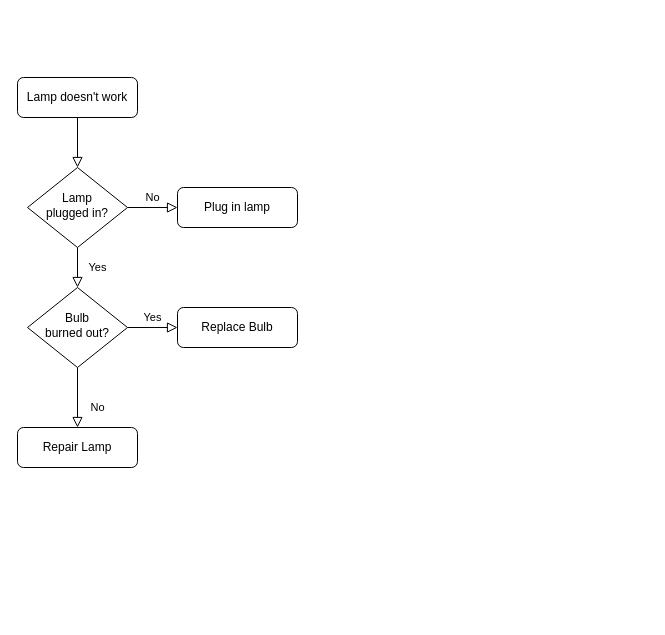
Before: Untitled Diagram.drawio in lauranavoni/all, a draw.io diagram. Source tidied: cells renumbered, new cells numbered last; positions are measured from the earlier drawing's top-left corner, leaving out a move shared by most shapes. Both pictures are drawn from the tidied source at 100%, with x=0, y=0 at pixel (17, 77).
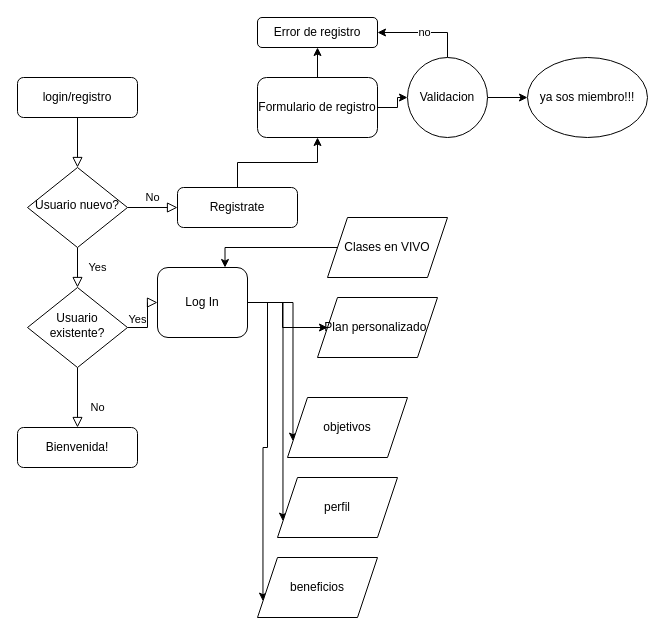
The same page after the edit.

What changed in the source:
```diff
@@
-    <mxCell id="3" value="Lamp doesn't work" style="rounded=1;whiteSpace=wrap;html=1;fontSize=12;glass=0;strokeWidth=1;shadow=0;" parent="1" vertex="1">
+    <mxCell id="3" value="login/registro" style="rounded=1;whiteSpace=wrap;html=1;fontSize=12;glass=0;strokeWidth=1;shadow=0;" parent="1" vertex="1">
       <mxGeometry width="120" height="40" as="geometry" />
     </mxCell>
@@
-    <mxCell id="6" value="Lamp&lt;br&gt;plugged in?" style="rhombus;whiteSpace=wrap;html=1;shadow=0;fontFamily=Helvetica;fontSize=12;align=center;strokeWidth=1;spacing=6;spacingTop=-4;" parent="1" vertex="1">
+    <mxCell id="6" value="Usuario nuevo?" style="rhombus;whiteSpace=wrap;html=1;shadow=0;fontFamily=Helvetica;fontSize=12;align=center;strokeWidth=1;spacing=6;spacingTop=-4;" parent="1" vertex="1">
       <mxGeometry x="10" y="90" width="100" height="80" as="geometry" />
     </mxCell>
+    <mxCell id="13" style="edgeStyle=orthogonalEdgeStyle;rounded=0;jettySize=auto;html=1;" parent="1" edge="1" source="7" target="20">
+      <mxGeometry relative="1" as="geometry" />
+    </mxCell>
-    <mxCell id="7" value="Plug in lamp" style="rounded=1;whiteSpace=wrap;html=1;fontSize=12;glass=0;strokeWidth=1;shadow=0;" parent="1" vertex="1">
+    <mxCell id="7" value="Registrate" style="rounded=1;whiteSpace=wrap;html=1;fontSize=12;glass=0;strokeWidth=1;shadow=0;" parent="1" vertex="1">
       <mxGeometry x="160" y="110" width="120" height="40" as="geometry" />
     </mxCell>
@@
-    <mxCell id="10" value="Bulb&lt;br&gt;burned out?" style="rhombus;whiteSpace=wrap;html=1;shadow=0;fontFamily=Helvetica;fontSize=12;align=center;strokeWidth=1;spacing=6;spacingTop=-4;" parent="1" vertex="1">
+    <mxCell id="10" value="Usuario existente?" style="rhombus;whiteSpace=wrap;html=1;shadow=0;fontFamily=Helvetica;fontSize=12;align=center;strokeWidth=1;spacing=6;spacingTop=-4;" parent="1" vertex="1">
       <mxGeometry x="10" y="210" width="100" height="80" as="geometry" />
     </mxCell>
-    <mxCell id="11" value="Repair Lamp" style="rounded=1;whiteSpace=wrap;html=1;fontSize=12;glass=0;strokeWidth=1;shadow=0;" parent="1" vertex="1">
+    <mxCell id="11" value="Bienvenida!" style="rounded=1;whiteSpace=wrap;html=1;fontSize=12;glass=0;strokeWidth=1;shadow=0;" parent="1" vertex="1">
       <mxGeometry y="350" width="120" height="40" as="geometry" />
     </mxCell>
+    <mxCell id="14" style="edgeStyle=orthogonalEdgeStyle;rounded=0;jettySize=auto;html=1;" parent="1" edge="1" source="12" target="26">
+      <mxGeometry relative="1" as="geometry" />
+    </mxCell>
+    <mxCell id="15" style="edgeStyle=orthogonalEdgeStyle;rounded=0;jettySize=auto;html=1;entryX=0;entryY=0.75;entryDx=0;entryDy=0;" parent="1" edge="1" source="12" target="27">
+      <mxGeometry relative="1" as="geometry" />
+    </mxCell>
+    <mxCell id="16" style="edgeStyle=orthogonalEdgeStyle;rounded=0;jettySize=auto;html=1;entryX=0;entryY=0.75;entryDx=0;entryDy=0;" parent="1" edge="1" source="12" target="28">
+      <mxGeometry relative="1" as="geometry" />
+    </mxCell>
+    <mxCell id="17" style="edgeStyle=orthogonalEdgeStyle;rounded=0;jettySize=auto;html=1;entryX=0;entryY=0.75;entryDx=0;entryDy=0;" parent="1" edge="1" source="12" target="29">
+      <mxGeometry relative="1" as="geometry" />
+    </mxCell>
-    <mxCell id="12" value="Replace Bulb" style="rounded=1;whiteSpace=wrap;html=1;fontSize=12;glass=0;strokeWidth=1;shadow=0;" parent="1" vertex="1">
-      <mxGeometry x="160" y="230" width="120" height="40" as="geometry" />
+    <mxCell id="12" value="Log In" style="rounded=1;whiteSpace=wrap;html=1;fontSize=12;glass=0;strokeWidth=1;shadow=0;" parent="1" vertex="1">
+      <mxGeometry x="140" y="190" width="90" height="70" as="geometry" />
     </mxCell>
+    <mxCell id="18" style="edgeStyle=orthogonalEdgeStyle;rounded=0;jettySize=auto;html=1;" parent="1" edge="1" source="20" target="23">
+      <mxGeometry relative="1" as="geometry" />
+    </mxCell>
+    <mxCell id="19" style="edgeStyle=orthogonalEdgeStyle;rounded=0;jettySize=auto;html=1;" parent="1" edge="1" source="20" target="25">
+      <mxGeometry relative="1" as="geometry" />
+    </mxCell>
+    <mxCell id="20" value="Formulario de registro" style="rounded=1;whiteSpace=wrap;html=1;" parent="1" vertex="1">
+      <mxGeometry x="240" width="120" height="60" as="geometry" />
+    </mxCell>
+    <mxCell id="21" style="edgeStyle=orthogonalEdgeStyle;rounded=0;jettySize=auto;html=1;" parent="1" edge="1" source="23" target="24">
+      <mxGeometry relative="1" as="geometry" />
+    </mxCell>
+    <mxCell id="22" value="no" style="edgeStyle=orthogonalEdgeStyle;rounded=0;jettySize=auto;html=1;exitX=0.5;exitY=0;exitDx=0;exitDy=0;entryX=1;entryY=0.5;entryDx=0;entryDy=0;" parent="1" edge="1" source="23" target="25">
+      <mxGeometry relative="1" as="geometry" />
+    </mxCell>
+    <mxCell id="23" value="Validacion" style="ellipse;whiteSpace=wrap;html=1;" parent="1" vertex="1">
+      <mxGeometry x="390" y="-20" width="80" height="80" as="geometry" />
+    </mxCell>
+    <mxCell id="24" value="ya sos miembro!!!" style="ellipse;whiteSpace=wrap;html=1;" parent="1" vertex="1">
+      <mxGeometry x="510" y="-20" width="120" height="80" as="geometry" />
+    </mxCell>
+    <mxCell id="25" value="Error de registro" style="rounded=1;whiteSpace=wrap;html=1;" parent="1" vertex="1">
+      <mxGeometry x="240" y="-60" width="120" height="30" as="geometry" />
+    </mxCell>
+    <mxCell id="26" value="Plan personalizado&amp;nbsp;" style="shape=parallelogram;perimeter=parallelogramPerimeter;whiteSpace=wrap;html=1;fixedSize=1;" parent="1" vertex="1">
+      <mxGeometry x="300" y="220" width="120" height="60" as="geometry" />
+    </mxCell>
+    <mxCell id="27" value="objetivos" style="shape=parallelogram;perimeter=parallelogramPerimeter;whiteSpace=wrap;html=1;fixedSize=1;" parent="1" vertex="1">
+      <mxGeometry x="270" y="320" width="120" height="60" as="geometry" />
+    </mxCell>
+    <mxCell id="28" value="perfil" style="shape=parallelogram;perimeter=parallelogramPerimeter;whiteSpace=wrap;html=1;fixedSize=1;" parent="1" vertex="1">
+      <mxGeometry x="260" y="400" width="120" height="60" as="geometry" />
+    </mxCell>
+    <mxCell id="29" value="beneficios" style="shape=parallelogram;perimeter=parallelogramPerimeter;whiteSpace=wrap;html=1;fixedSize=1;" parent="1" vertex="1">
+      <mxGeometry x="240" y="480" width="120" height="60" as="geometry" />
+    </mxCell>
+    <mxCell id="30" style="edgeStyle=orthogonalEdgeStyle;rounded=0;jettySize=auto;html=1;entryX=0.75;entryY=0;entryDx=0;entryDy=0;" parent="1" edge="1" source="31" target="12">
+      <mxGeometry relative="1" as="geometry" />
+    </mxCell>
+    <mxCell id="31" value="Clases en VIVO" style="shape=parallelogram;perimeter=parallelogramPerimeter;whiteSpace=wrap;html=1;fixedSize=1;" parent="1" vertex="1">
+      <mxGeometry x="310" y="140" width="120" height="60" as="geometry" />
+    </mxCell>
```
